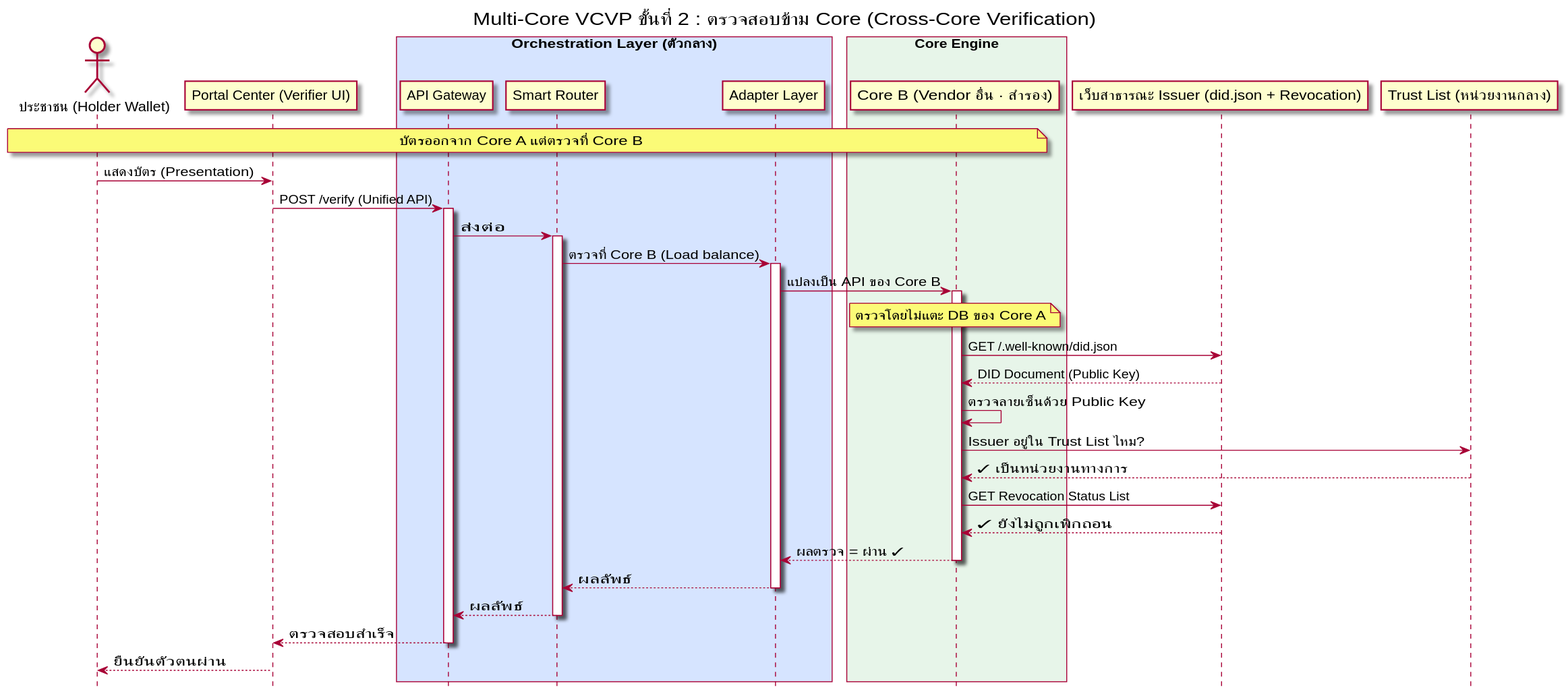
Earlier version of the PlantUML export docs/vc-multi-core-proof-issuance-sequence.svg (pornpanit171/vcvp-diagram).
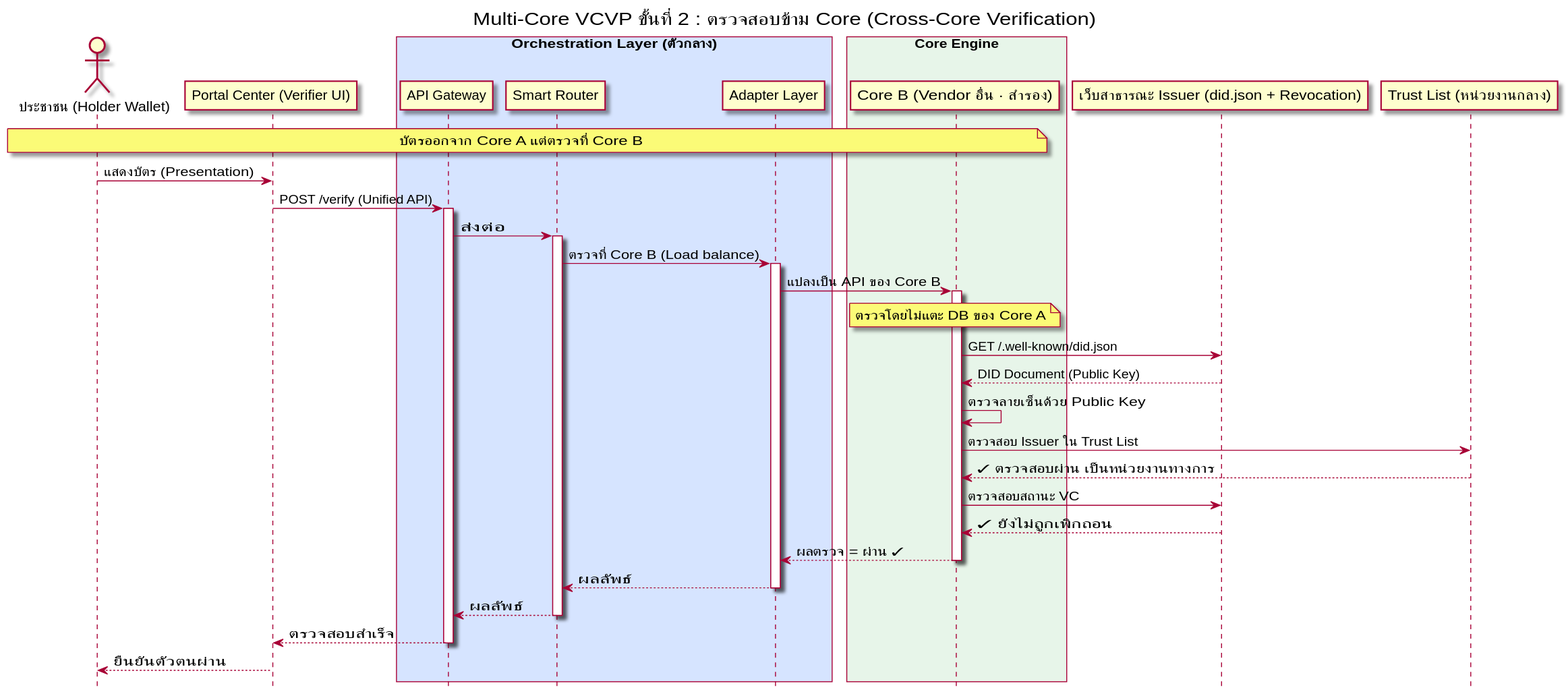
Later version of the same file.

What changed in the source:
```diff
@@ -33,9 +33,9 @@
 CoreB->IssuerWeb: GET /.well-known/did.json
 IssuerWeb-->CoreB: DID Document (Public Key)
 CoreB->CoreB: ตรวจลายเซ็นด้วย Public Key
-CoreB->Trust: Issuer อยู่ใน Trust List ไหม?
-Trust-->CoreB: ✓ เป็นหน่วยงานทางการ
-CoreB->IssuerWeb: GET Revocation Status List
+CoreB->Trust: ตรวจสอบ Issuer ใน Trust List
+Trust-->CoreB: ✓ ตรวจสอบผ่าน เป็นหน่วยงานทางการ
+CoreB->IssuerWeb: ตรวจสอบสถานะ VC
 IssuerWeb-->CoreB: ✓ ยังไม่ถูกเพิกถอน
 CoreB-->Adapter: ผลตรวจ = ผ่าน ✓
 deactivate CoreB
```
